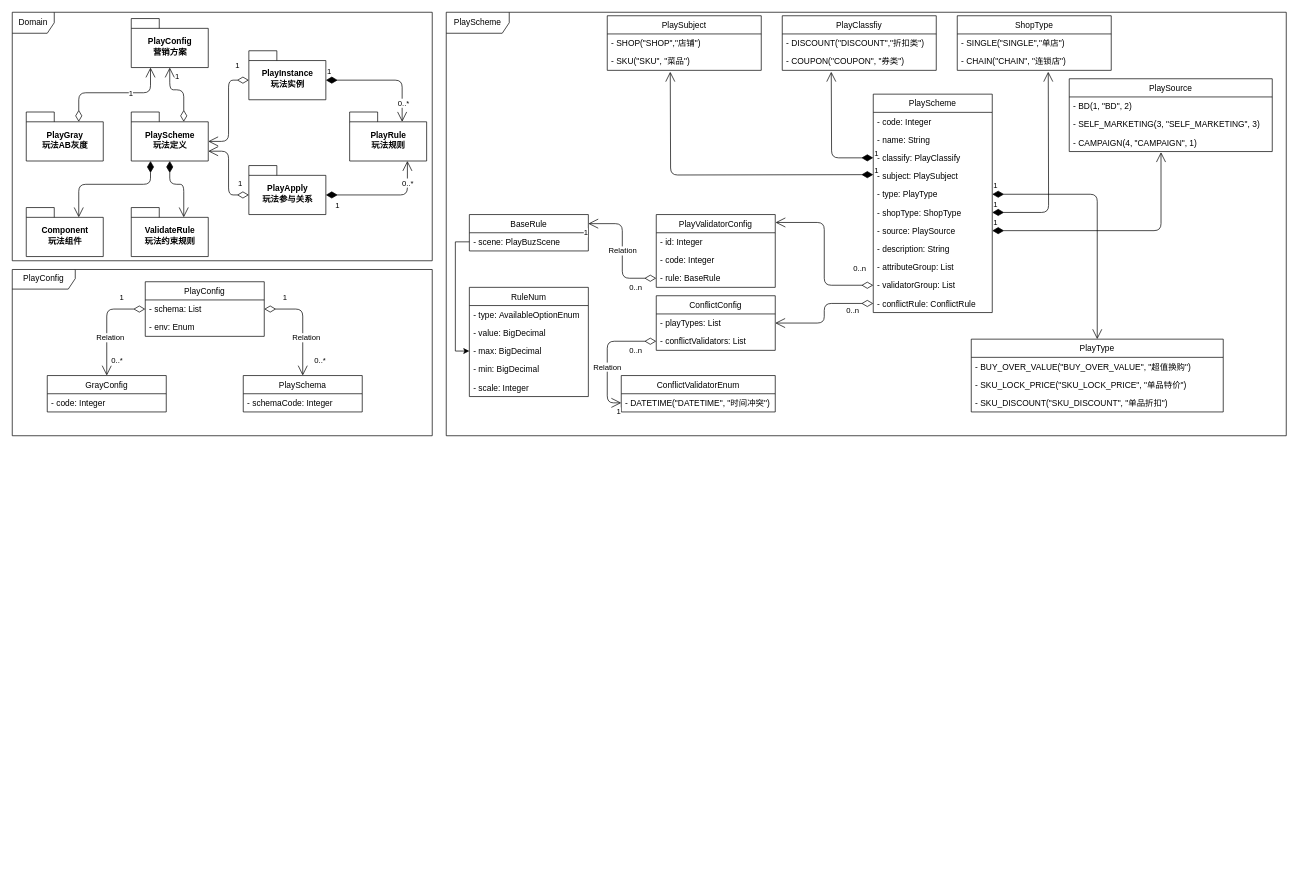
Before: page "领域模型详细" (6 of 11) of 营销架构升级.drawio in jon-kong/draw.io, a draw.io diagram. Source tidied: cells renumbered, new cells numbered last; positions are measured from the earlier drawing's top-left corner, leaving out a move shared by most shapes. Both pictures are drawn from the tidied source at 70%, with x=0, y=0 at pixel (12, 12).
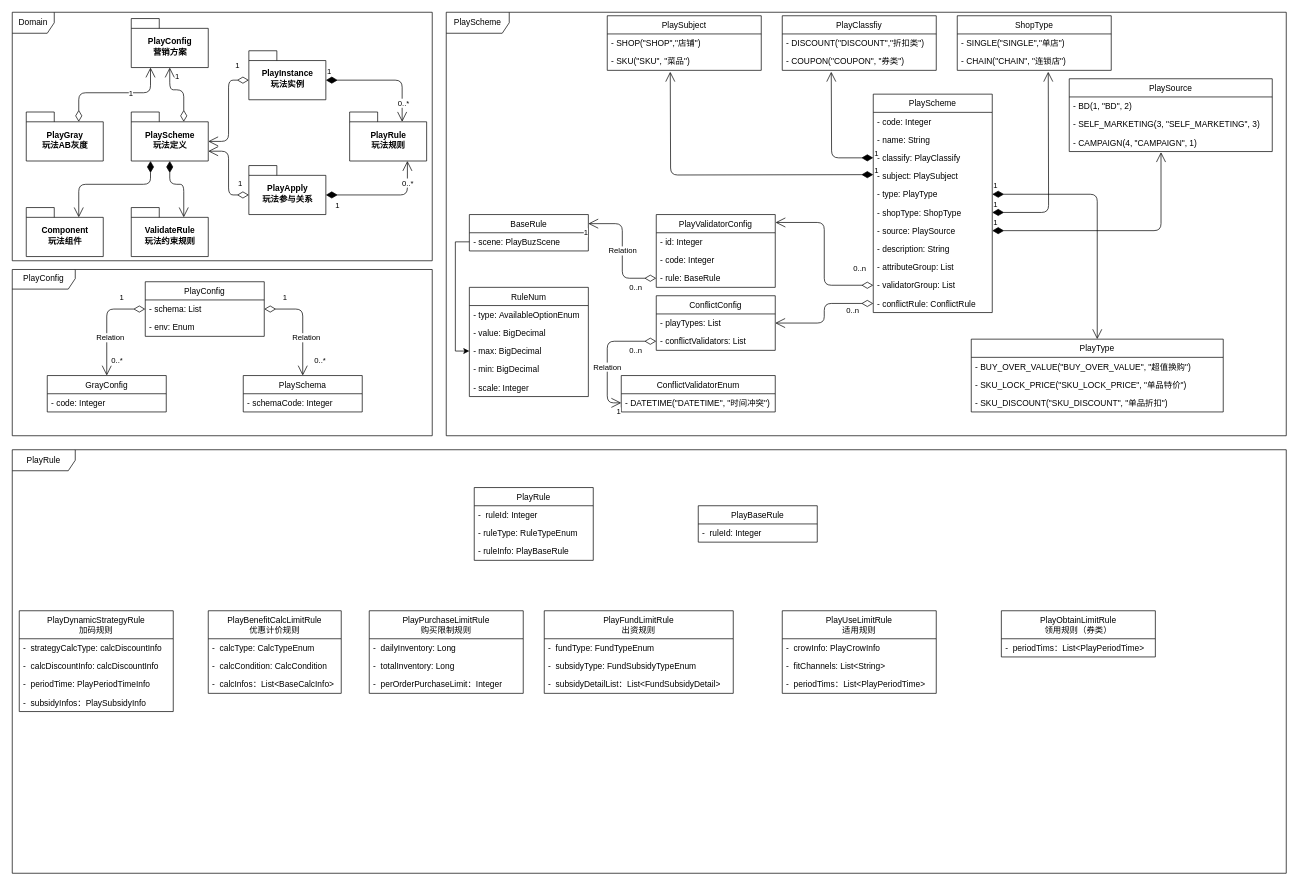
The same page after the edit.

What changed in the source:
```diff
@@
+    <mxCell id="96" value="PlayRule" style="shape=umlFrame;whiteSpace=wrap;html=1;width=90;height=30;" parent="1" vertex="1">
+      <mxGeometry y="625" width="1820" height="605" as="geometry" />
+    </mxCell>
+    <mxCell id="97" value="PlayRule" style="swimlane;fontStyle=0;horizontal=1;startSize=26;fillColor=none;fontColor=#000000;verticalAlign=top;" parent="1" vertex="1">
+      <mxGeometry x="660" y="679" width="170" height="104" as="geometry" />
+    </mxCell>
+    <mxCell id="98" value="-  ruleId: Integer" style="text;strokeColor=none;fillColor=none;align=left;verticalAlign=top;spacingLeft=4;spacingRight=4;overflow=hidden;" parent="97" vertex="1">
+      <mxGeometry y="26" width="170" height="26" as="geometry" />
+    </mxCell>
+    <mxCell id="99" value="- ruleType: RuleTypeEnum" style="text;strokeColor=none;fillColor=none;align=left;verticalAlign=top;spacingLeft=4;spacingRight=4;overflow=hidden;" parent="97" vertex="1">
+      <mxGeometry y="52" width="170" height="26" as="geometry" />
+    </mxCell>
+    <mxCell id="100" value="- ruleInfo: PlayBaseRule" style="text;strokeColor=none;fillColor=none;align=left;verticalAlign=top;spacingLeft=4;spacingRight=4;overflow=hidden;" parent="97" vertex="1">
+      <mxGeometry y="78" width="170" height="26" as="geometry" />
+    </mxCell>
+    <mxCell id="101" value="PlayBaseRule" style="swimlane;fontStyle=0;horizontal=1;startSize=26;fillColor=none;fontColor=#000000;verticalAlign=top;" parent="1" vertex="1">
+      <mxGeometry x="980" y="705" width="170" height="52" as="geometry" />
+    </mxCell>
+    <mxCell id="102" value="-  ruleId: Integer" style="text;strokeColor=none;fillColor=none;align=left;verticalAlign=top;spacingLeft=4;spacingRight=4;overflow=hidden;" parent="101" vertex="1">
+      <mxGeometry y="26" width="170" height="26" as="geometry" />
+    </mxCell>
+    <mxCell id="103" value="PlayBenefitCalcLimitRule&#10;优惠计价规则" style="swimlane;fontStyle=0;horizontal=1;startSize=40;fillColor=none;fontColor=#000000;verticalAlign=top;" parent="1" vertex="1">
+      <mxGeometry x="280" y="855" width="190" height="118" as="geometry" />
+    </mxCell>
+    <mxCell id="104" value="-  calcType: CalcTypeEnum" style="text;strokeColor=none;fillColor=none;align=left;verticalAlign=top;spacingLeft=4;spacingRight=4;overflow=hidden;" parent="103" vertex="1">
+      <mxGeometry y="40" width="190" height="26" as="geometry" />
+    </mxCell>
+    <mxCell id="105" value="-  calcCondition: CalcCondition" style="text;strokeColor=none;fillColor=none;align=left;verticalAlign=top;spacingLeft=4;spacingRight=4;overflow=hidden;" parent="103" vertex="1">
+      <mxGeometry y="66" width="190" height="26" as="geometry" />
+    </mxCell>
+    <mxCell id="106" value="-  calcInfos：List&lt;BaseCalcInfo&gt;" style="text;strokeColor=none;fillColor=none;align=left;verticalAlign=top;spacingLeft=4;spacingRight=4;overflow=hidden;" parent="103" vertex="1">
+      <mxGeometry y="92" width="190" height="26" as="geometry" />
+    </mxCell>
+    <mxCell id="107" value="PlayPurchaseLimitRule&#10;购买限制规则" style="swimlane;fontStyle=0;horizontal=1;startSize=40;fillColor=none;fontColor=#000000;verticalAlign=top;" parent="1" vertex="1">
+      <mxGeometry x="510" y="855" width="220" height="118" as="geometry" />
+    </mxCell>
+    <mxCell id="108" value="-  dailyInventory: Long" style="text;strokeColor=none;fillColor=none;align=left;verticalAlign=top;spacingLeft=4;spacingRight=4;overflow=hidden;" parent="107" vertex="1">
+      <mxGeometry y="40" width="220" height="26" as="geometry" />
+    </mxCell>
+    <mxCell id="109" value="-  totalInventory: Long" style="text;strokeColor=none;fillColor=none;align=left;verticalAlign=top;spacingLeft=4;spacingRight=4;overflow=hidden;" parent="107" vertex="1">
+      <mxGeometry y="66" width="220" height="26" as="geometry" />
+    </mxCell>
+    <mxCell id="110" value="-  perOrderPurchaseLimit：Integer" style="text;strokeColor=none;fillColor=none;align=left;verticalAlign=top;spacingLeft=4;spacingRight=4;overflow=hidden;" parent="107" vertex="1">
+      <mxGeometry y="92" width="220" height="26" as="geometry" />
+    </mxCell>
+    <mxCell id="111" value="PlayFundLimitRule&#10;出资规则" style="swimlane;fontStyle=0;horizontal=1;startSize=40;fillColor=none;fontColor=#000000;verticalAlign=top;" parent="1" vertex="1">
+      <mxGeometry x="760" y="855" width="270" height="118" as="geometry" />
+    </mxCell>
+    <mxCell id="112" value="-  fundType: FundTypeEnum" style="text;strokeColor=none;fillColor=none;align=left;verticalAlign=top;spacingLeft=4;spacingRight=4;overflow=hidden;" parent="111" vertex="1">
+      <mxGeometry y="40" width="270" height="26" as="geometry" />
+    </mxCell>
+    <mxCell id="113" value="-  subsidyType: FundSubsidyTypeEnum" style="text;strokeColor=none;fillColor=none;align=left;verticalAlign=top;spacingLeft=4;spacingRight=4;overflow=hidden;" parent="111" vertex="1">
+      <mxGeometry y="66" width="270" height="26" as="geometry" />
+    </mxCell>
+    <mxCell id="114" value="-  subsidyDetailList：List&lt;FundSubsidyDetail&gt;" style="text;strokeColor=none;fillColor=none;align=left;verticalAlign=top;spacingLeft=4;spacingRight=4;overflow=hidden;" parent="111" vertex="1">
+      <mxGeometry y="92" width="270" height="26" as="geometry" />
+    </mxCell>
+    <mxCell id="115" value="PlayUseLimitRule&#10;适用规则" style="swimlane;fontStyle=0;horizontal=1;startSize=40;fillColor=none;fontColor=#000000;verticalAlign=top;" parent="1" vertex="1">
+      <mxGeometry x="1100" y="855" width="220" height="118" as="geometry" />
+    </mxCell>
+    <mxCell id="116" value="-  crowInfo: PlayCrowInfo" style="text;strokeColor=none;fillColor=none;align=left;verticalAlign=top;spacingLeft=4;spacingRight=4;overflow=hidden;" parent="115" vertex="1">
+      <mxGeometry y="40" width="220" height="26" as="geometry" />
+    </mxCell>
+    <mxCell id="117" value="-  fitChannels: List&lt;String&gt;" style="text;strokeColor=none;fillColor=none;align=left;verticalAlign=top;spacingLeft=4;spacingRight=4;overflow=hidden;" parent="115" vertex="1">
+      <mxGeometry y="66" width="220" height="26" as="geometry" />
+    </mxCell>
+    <mxCell id="118" value="-  periodTims：List&lt;PlayPeriodTime&gt;" style="text;strokeColor=none;fillColor=none;align=left;verticalAlign=top;spacingLeft=4;spacingRight=4;overflow=hidden;" parent="115" vertex="1">
+      <mxGeometry y="92" width="220" height="26" as="geometry" />
+    </mxCell>
+    <mxCell id="119" value="PlayObtainLimitRule&#10;领用规则（券类）" style="swimlane;fontStyle=0;horizontal=1;startSize=40;fillColor=none;fontColor=#000000;verticalAlign=top;" parent="1" vertex="1">
+      <mxGeometry x="1413" y="855" width="220" height="66" as="geometry" />
+    </mxCell>
+    <mxCell id="120" value="-  periodTims：List&lt;PlayPeriodTime&gt;" style="text;strokeColor=none;fillColor=none;align=left;verticalAlign=top;spacingLeft=4;spacingRight=4;overflow=hidden;" parent="119" vertex="1">
+      <mxGeometry y="40" width="220" height="26" as="geometry" />
+    </mxCell>
+    <mxCell id="121" value="PlayDynamicStrategyRule&#10;加码规则" style="swimlane;fontStyle=0;horizontal=1;startSize=40;fillColor=none;fontColor=#000000;verticalAlign=top;" parent="1" vertex="1">
+      <mxGeometry x="10" y="855" width="220" height="144" as="geometry" />
+    </mxCell>
+    <mxCell id="122" value="-  strategyCalcType: calcDiscountInfo" style="text;strokeColor=none;fillColor=none;align=left;verticalAlign=top;spacingLeft=4;spacingRight=4;overflow=hidden;" parent="121" vertex="1">
+      <mxGeometry y="40" width="220" height="26" as="geometry" />
+    </mxCell>
+    <mxCell id="123" value="-  calcDiscountInfo: calcDiscountInfo" style="text;strokeColor=none;fillColor=none;align=left;verticalAlign=top;spacingLeft=4;spacingRight=4;overflow=hidden;" parent="121" vertex="1">
+      <mxGeometry y="66" width="220" height="26" as="geometry" />
+    </mxCell>
+    <mxCell id="124" value="-  periodTime: PlayPeriodTimeInfo" style="text;strokeColor=none;fillColor=none;align=left;verticalAlign=top;spacingLeft=4;spacingRight=4;overflow=hidden;" parent="121" vertex="1">
+      <mxGeometry y="92" width="220" height="26" as="geometry" />
+    </mxCell>
+    <mxCell id="125" value="-  subsidyInfos：PlaySubsidyInfo" style="text;strokeColor=none;fillColor=none;align=left;verticalAlign=top;spacingLeft=4;spacingRight=4;overflow=hidden;" parent="121" vertex="1">
+      <mxGeometry y="118" width="220" height="26" as="geometry" />
+    </mxCell>
```
